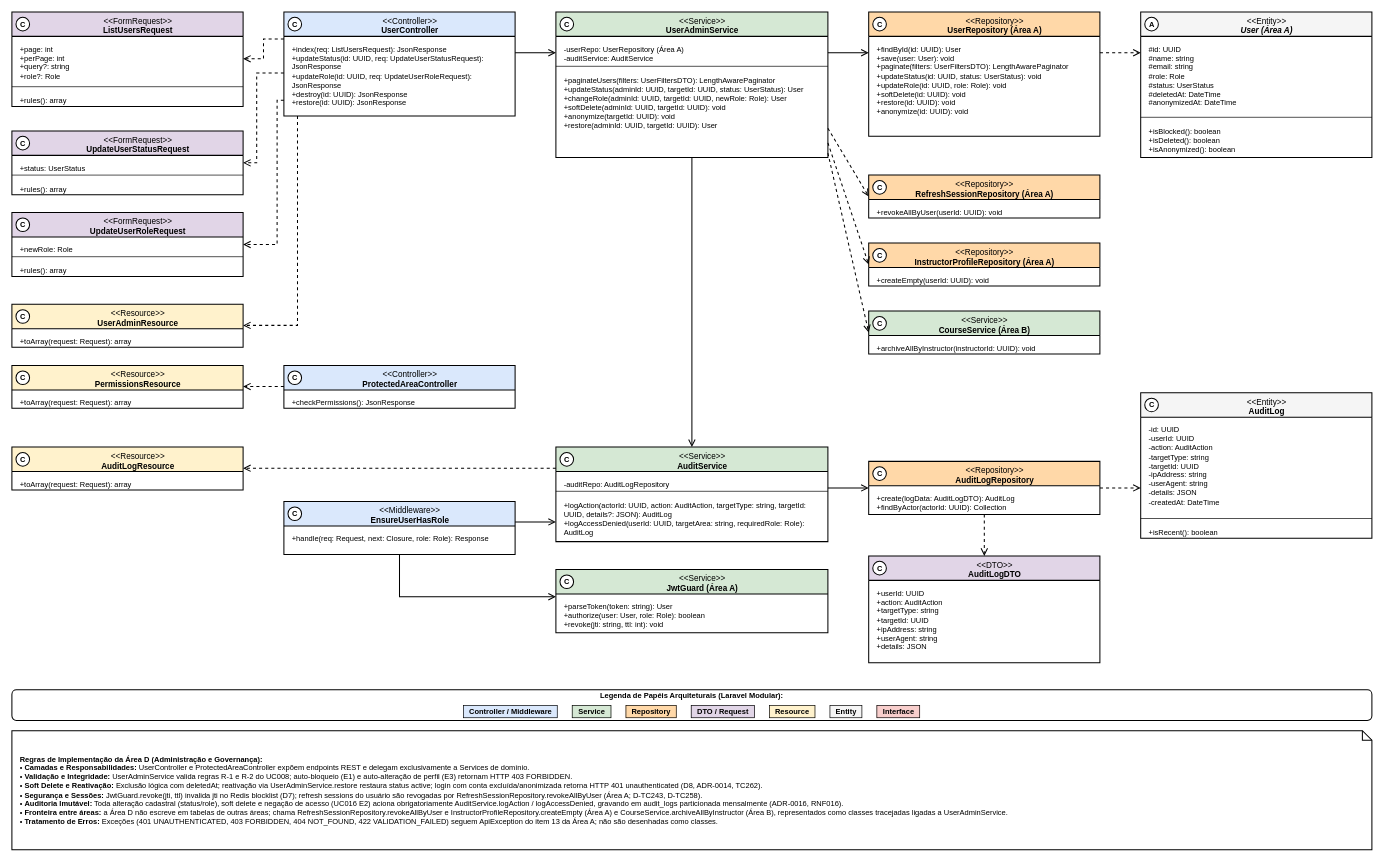
Before: especificacao/diagramas/13-classes-area-d-implementacao-administracao.drawio in Plataforma-de-Cursos-TCC/plataforma-cursos-docs, a draw.io diagram. Source tidied: cells renumbered, new cells numbered last; positions are measured from the earlier drawing's top-left corner, leaving out a move shared by most shapes. Both pictures are drawn from the tidied source at 68%, with x=0, y=0 at pixel (12, 12).
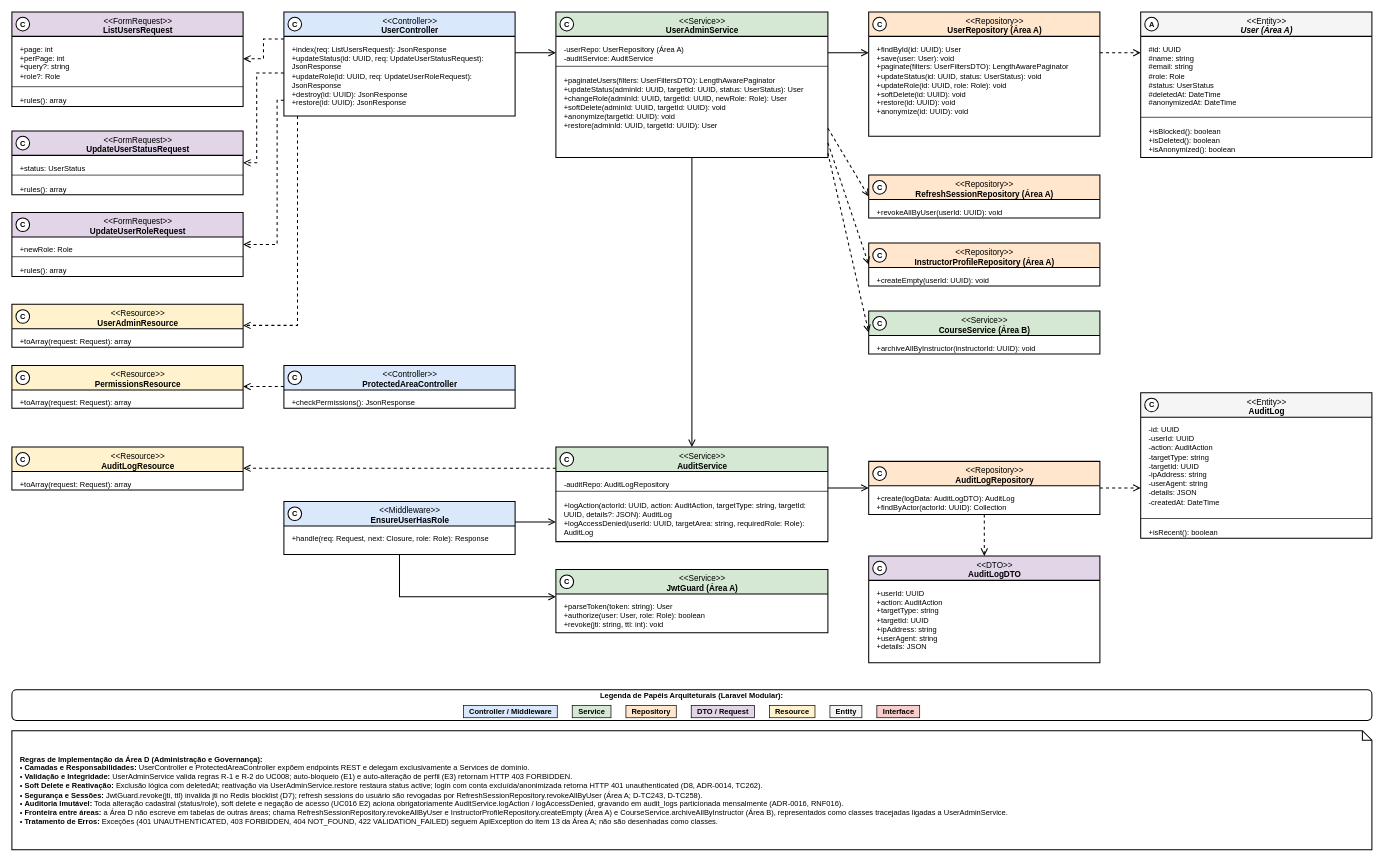
The same diagram, later.

Commit message (it also covers changes not shown here):
fix(diagrama-de-classes): paint the area D Repository header #FFE6CC

The edit, as a diff of the source:
```diff
@@
-    <mxCell id="36" value="&amp;lt;&amp;lt;Repository&amp;gt;&amp;gt;&lt;br&gt;&lt;b&gt;UserRepository (Área A)&lt;/b&gt;" style="swimlane;html=1;fontStyle=0;align=center;verticalAlign=top;startSize=36;fillColor=#FFD8A8;swimlaneFillColor=#FFFFFF;strokeColor=#000000;strokeWidth=1.5;fontFamily=Helvetica;fontSize=12;fontColor=#000000;rounded=0;spacingLeft=30;" parent="1" vertex="1">
+    <mxCell id="36" value="&amp;lt;&amp;lt;Repository&amp;gt;&amp;gt;&lt;br&gt;&lt;b&gt;UserRepository (Área A)&lt;/b&gt;" style="swimlane;html=1;fontStyle=0;align=center;verticalAlign=top;startSize=36;fillColor=#FFE6CC;swimlaneFillColor=#FFFFFF;strokeColor=#000000;strokeWidth=1.5;fontFamily=Helvetica;fontSize=12;fontColor=#000000;rounded=0;spacingLeft=30;" parent="1" vertex="1">
       <mxGeometry x="1260" width="340" height="183" as="geometry" />
     </mxCell>
@@
-    <mxCell id="38" value="&amp;lt;&amp;lt;Repository&amp;gt;&amp;gt;&lt;br&gt;&lt;b&gt;AuditLogRepository&lt;/b&gt;" style="swimlane;html=1;fontStyle=0;align=center;verticalAlign=top;startSize=36;fillColor=#FFD8A8;swimlaneFillColor=#FFFFFF;strokeColor=#000000;strokeWidth=1.5;fontFamily=Helvetica;fontSize=12;fontColor=#000000;rounded=0;spacingLeft=30;" parent="1" vertex="1">
+    <mxCell id="38" value="&amp;lt;&amp;lt;Repository&amp;gt;&amp;gt;&lt;br&gt;&lt;b&gt;AuditLogRepository&lt;/b&gt;" style="swimlane;html=1;fontStyle=0;align=center;verticalAlign=top;startSize=36;fillColor=#FFE6CC;swimlaneFillColor=#FFFFFF;strokeColor=#000000;strokeWidth=1.5;fontFamily=Helvetica;fontSize=12;fontColor=#000000;rounded=0;spacingLeft=30;" parent="1" vertex="1">
       <mxGeometry x="1260" y="661" width="340" height="78" as="geometry" />
     </mxCell>
@@
-    <mxCell id="50" value="&lt;b&gt;Legenda de Papéis Arquiteturais (Laravel Modular):&lt;/b&gt;&lt;br&gt;&lt;table style=&quot;font-size:11px; margin-top:4px;&quot;&gt;&lt;tr&gt;&lt;td style=&quot;background:#DAE8FC; border:1px solid #000; padding:2px 8px;&quot;&gt;&lt;b&gt;Controller / Middleware&lt;/b&gt;&lt;/td&gt;&lt;td style=&quot;width:15px;&quot;&gt;&lt;/td&gt;&lt;td style=&quot;background:#D5E8D4; border:1px solid #000; padding:2px 8px;&quot;&gt;&lt;b&gt;Service&lt;/b&gt;&lt;/td&gt;&lt;td style=&quot;width:15px;&quot;&gt;&lt;/td&gt;&lt;td style=&quot;background:#FFD8A8; border:1px solid #000; padding:2px 8px;&quot;&gt;&lt;b&gt;Repository&lt;/b&gt;&lt;/td&gt;&lt;td style=&quot;width:15px;&quot;&gt;&lt;/td&gt;&lt;td style=&quot;background:#E1D5E7; border:1px solid #000; padding:2px 8px;&quot;&gt;&lt;b&gt;DTO / Request&lt;/b&gt;&lt;/td&gt;&lt;td style=&quot;width:15px;&quot;&gt;&lt;/td&gt;&lt;td style=&quot;background:#FFF2CC; border:1px solid #000; padding:2px 8px;&quot;&gt;&lt;b&gt;Resource&lt;/b&gt;&lt;/td&gt;&lt;td style=&quot;width:15px;&quot;&gt;&lt;/td&gt;&lt;td style=&quot;background:#F5F5F5; border:1px solid #000; padding:2px 8px;&quot;&gt;&lt;b&gt;Entity&lt;/b&gt;&lt;/td&gt;&lt;td style=&quot;width:15px;&quot;&gt;&lt;/td&gt;&lt;td style=&quot;background:#F8CECC; border:1px solid #000; padding:2px 8px;&quot;&gt;&lt;b&gt;Interface&lt;/b&gt;&lt;/td&gt;&lt;/tr&gt;&lt;/table&gt;" style="text;html=1;whiteSpace=wrap;overflow=hidden;rounded=1;fillColor=#FFFFFF;strokeColor=#000000;strokeWidth=1.5;fontFamily=Helvetica;fontSize=11;align=center;verticalAlign=middle;fontColor=#000000;" parent="1" vertex="1">
+    <mxCell id="50" value="&lt;b&gt;Legenda de Papéis Arquiteturais (Laravel Modular):&lt;/b&gt;&lt;br&gt;&lt;table style=&quot;font-size:11px; margin-top:4px;&quot;&gt;&lt;tr&gt;&lt;td style=&quot;background:#DAE8FC; border:1px solid #000; padding:2px 8px;&quot;&gt;&lt;b&gt;Controller / Middleware&lt;/b&gt;&lt;/td&gt;&lt;td style=&quot;width:15px;&quot;&gt;&lt;/td&gt;&lt;td style=&quot;background:#D5E8D4; border:1px solid #000; padding:2px 8px;&quot;&gt;&lt;b&gt;Service&lt;/b&gt;&lt;/td&gt;&lt;td style=&quot;width:15px;&quot;&gt;&lt;/td&gt;&lt;td style=&quot;background:#FFE6CC; border:1px solid #000; padding:2px 8px;&quot;&gt;&lt;b&gt;Repository&lt;/b&gt;&lt;/td&gt;&lt;td style=&quot;width:15px;&quot;&gt;&lt;/td&gt;&lt;td style=&quot;background:#E1D5E7; border:1px solid #000; padding:2px 8px;&quot;&gt;&lt;b&gt;DTO / Request&lt;/b&gt;&lt;/td&gt;&lt;td style=&quot;width:15px;&quot;&gt;&lt;/td&gt;&lt;td style=&quot;background:#FFF2CC; border:1px solid #000; padding:2px 8px;&quot;&gt;&lt;b&gt;Resource&lt;/b&gt;&lt;/td&gt;&lt;td style=&quot;width:15px;&quot;&gt;&lt;/td&gt;&lt;td style=&quot;background:#F5F5F5; border:1px solid #000; padding:2px 8px;&quot;&gt;&lt;b&gt;Entity&lt;/b&gt;&lt;/td&gt;&lt;td style=&quot;width:15px;&quot;&gt;&lt;/td&gt;&lt;td style=&quot;background:#F8CECC; border:1px solid #000; padding:2px 8px;&quot;&gt;&lt;b&gt;Interface&lt;/b&gt;&lt;/td&gt;&lt;/tr&gt;&lt;/table&gt;" style="text;html=1;whiteSpace=wrap;overflow=hidden;rounded=1;fillColor=#FFFFFF;strokeColor=#000000;strokeWidth=1.5;fontFamily=Helvetica;fontSize=11;align=center;verticalAlign=middle;fontColor=#000000;" parent="1" vertex="1">
       <mxGeometry y="997" width="2000" height="45" as="geometry" />
     </mxCell>
@@
-    <mxCell id="67" value="&amp;lt;&amp;lt;Repository&amp;gt;&amp;gt;&lt;br&gt;&lt;b&gt;RefreshSessionRepository (Área A)&lt;/b&gt;" style="swimlane;html=1;fontStyle=0;align=center;verticalAlign=top;startSize=36;fillColor=#FFD8A8;swimlaneFillColor=#FFFFFF;strokeColor=#000000;strokeWidth=1.5;fontFamily=Helvetica;fontSize=12;fontColor=#000000;rounded=0;dashed=1;dashPattern=8 8spacingLeft=30;" parent="1" vertex="1">
+    <mxCell id="67" value="&amp;lt;&amp;lt;Repository&amp;gt;&amp;gt;&lt;br&gt;&lt;b&gt;RefreshSessionRepository (Área A)&lt;/b&gt;" style="swimlane;html=1;fontStyle=0;align=center;verticalAlign=top;startSize=36;fillColor=#FFE6CC;swimlaneFillColor=#FFFFFF;strokeColor=#000000;strokeWidth=1.5;fontFamily=Helvetica;fontSize=12;fontColor=#000000;rounded=0;dashed=1;dashPattern=8 8spacingLeft=30;" parent="1" vertex="1">
       <mxGeometry x="1260" y="240" width="340" height="63" as="geometry" />
     </mxCell>
@@
-    <mxCell id="69" value="&amp;lt;&amp;lt;Repository&amp;gt;&amp;gt;&lt;br&gt;&lt;b&gt;InstructorProfileRepository (Área A)&lt;/b&gt;" style="swimlane;html=1;fontStyle=0;align=center;verticalAlign=top;startSize=36;fillColor=#FFD8A8;swimlaneFillColor=#FFFFFF;strokeColor=#000000;strokeWidth=1.5;fontFamily=Helvetica;fontSize=12;fontColor=#000000;rounded=0;dashed=1;dashPattern=8 8spacingLeft=30;" parent="1" vertex="1">
+    <mxCell id="69" value="&amp;lt;&amp;lt;Repository&amp;gt;&amp;gt;&lt;br&gt;&lt;b&gt;InstructorProfileRepository (Área A)&lt;/b&gt;" style="swimlane;html=1;fontStyle=0;align=center;verticalAlign=top;startSize=36;fillColor=#FFE6CC;swimlaneFillColor=#FFFFFF;strokeColor=#000000;strokeWidth=1.5;fontFamily=Helvetica;fontSize=12;fontColor=#000000;rounded=0;dashed=1;dashPattern=8 8spacingLeft=30;" parent="1" vertex="1">
       <mxGeometry x="1260" y="340" width="340" height="63" as="geometry" />
     </mxCell>
```
